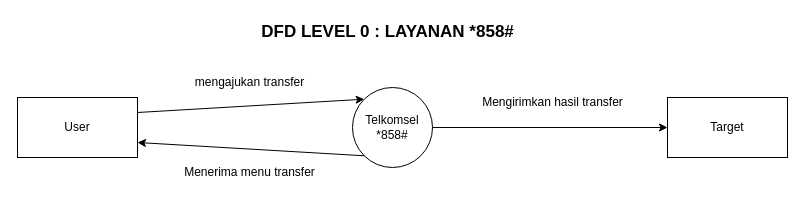
The draw.io diagram DFD_LEVEL0_NEW.drawio in TTNVXX/Diagram_PSPEC, before the edit. Source tidied: cells renumbered, new cells numbered last; positions are measured from the earlier drawing's top-left corner, leaving out a move shared by most shapes. Both pictures are drawn from the tidied source at 100%, with x=0, y=0 at pixel (17, 17).
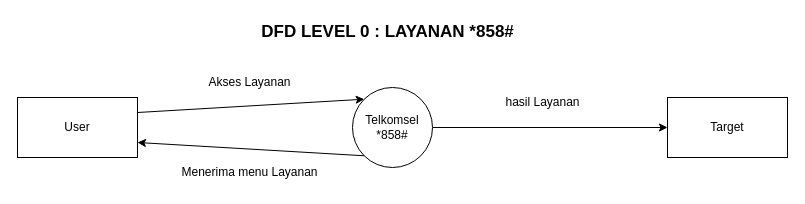
Above is the later version.

The edit, as a diff of the source:
```diff
@@
 <mxGraphModel>
   <root>
     <mxCell id="0" />
     <mxCell id="1" parent="0" />
     <mxCell id="2" value="Telkomsel&lt;br&gt;*858#" style="ellipse;whiteSpace=wrap;html=1;" parent="1" vertex="1">
       <mxGeometry x="335" y="70" width="80" height="80" as="geometry" />
     </mxCell>
     <mxCell id="3" value="User" style="rounded=0;whiteSpace=wrap;html=1;" parent="1" vertex="1">
       <mxGeometry y="80" width="120" height="60" as="geometry" />
     </mxCell>
     <mxCell id="4" value="Target" style="rounded=0;whiteSpace=wrap;html=1;" parent="1" vertex="1">
       <mxGeometry x="650" y="80" width="120" height="60" as="geometry" />
     </mxCell>
     <mxCell id="5" style="endArrow=classic;html=1;rounded=0;exitX=1;exitY=0.25;exitDx=0;exitDy=0;entryX=0;entryY=0;entryDx=0;entryDy=0;" parent="1" edge="1" source="3" target="2">
       <mxGeometry relative="1" as="geometry" />
     </mxCell>
     <mxCell id="6" style="endArrow=classic;html=1;rounded=0;entryX=0;entryY=0.5;entryDx=0;entryDy=0;exitX=1;exitY=0.5;exitDx=0;exitDy=0;" parent="1" edge="1" source="2" target="4">
       <mxGeometry relative="1" as="geometry" />
     </mxCell>
     <mxCell id="7" style="endArrow=classic;html=1;rounded=0;exitX=0;exitY=1;exitDx=0;exitDy=0;entryX=1;entryY=0.75;entryDx=0;entryDy=0;" parent="1" edge="1" source="2" target="3">
       <mxGeometry relative="1" as="geometry" />
     </mxCell>
-    <mxCell id="8" value="mengajukan transfer" style="text;html=1;align=center;verticalAlign=middle;strokeColor=none;fillColor=none;" parent="1" vertex="1">
-      <mxGeometry x="157" y="50" width="150" height="30" as="geometry" />
+    <mxCell id="8" value="Akses Layanan" style="text;html=1;align=center;verticalAlign=middle;strokeColor=none;fillColor=none;" parent="1" vertex="1">
+      <mxGeometry x="172" y="50" width="120" height="30" as="geometry" />
     </mxCell>
-    <mxCell id="9" value="Menerima menu transfer" style="text;html=1;align=center;verticalAlign=middle;strokeColor=none;fillColor=none;" parent="1" vertex="1">
+    <mxCell id="9" value="Menerima menu Layanan" style="text;html=1;align=center;verticalAlign=middle;strokeColor=none;fillColor=none;" parent="1" vertex="1">
       <mxGeometry x="142" y="140" width="180" height="30" as="geometry" />
     </mxCell>
-    <mxCell id="10" value="Mengirimkan hasil transfer" style="text;html=1;align=center;verticalAlign=middle;strokeColor=none;fillColor=none;" parent="1" vertex="1">
-      <mxGeometry x="440" y="70" width="190" height="30" as="geometry" />
+    <mxCell id="10" value="hasil Layanan" style="text;html=1;align=center;verticalAlign=middle;strokeColor=none;fillColor=none;" parent="1" vertex="1">
+      <mxGeometry x="470" y="70" width="110" height="30" as="geometry" />
     </mxCell>
     <mxCell id="11" value="&lt;b&gt;&lt;font style=&quot;font-size: 17px;&quot;&gt;DFD LEVEL 0 : LAYANAN *858#&lt;/font&gt;&lt;/b&gt;" style="text;html=1;align=center;verticalAlign=middle;strokeColor=none;fillColor=none;" parent="1" vertex="1">
       <mxGeometry x="230" width="280" height="30" as="geometry" />
     </mxCell>
   </root>
 </mxGraphModel>
```
